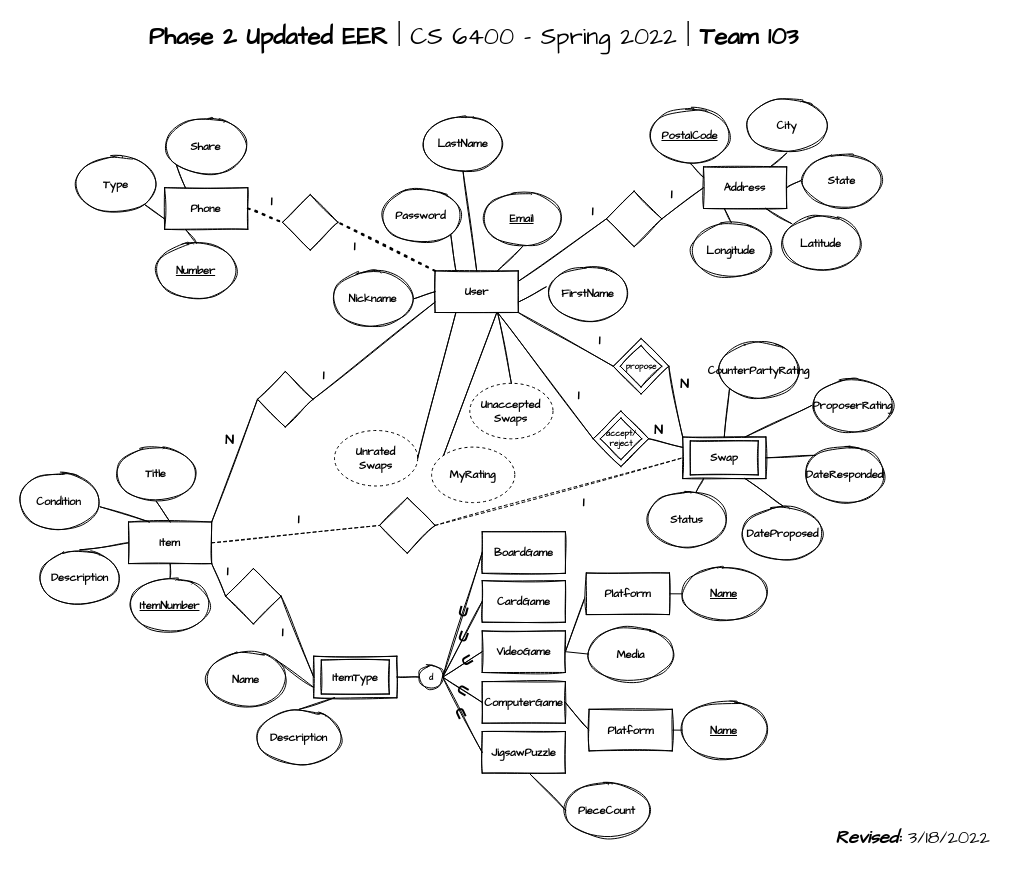
Earlier version of the draw.io diagram Drafts/Keith/team103_p2_updatedEER.drawio (keithdowd/cs6400-2022-01-Team103). Source tidied: cells renumbered, new cells numbered last; positions are measured from the earlier drawing's top-left corner, leaving out a move shared by most shapes. Both pictures are drawn from the tidied source at 100%, with x=0, y=0 at pixel (17, 17).
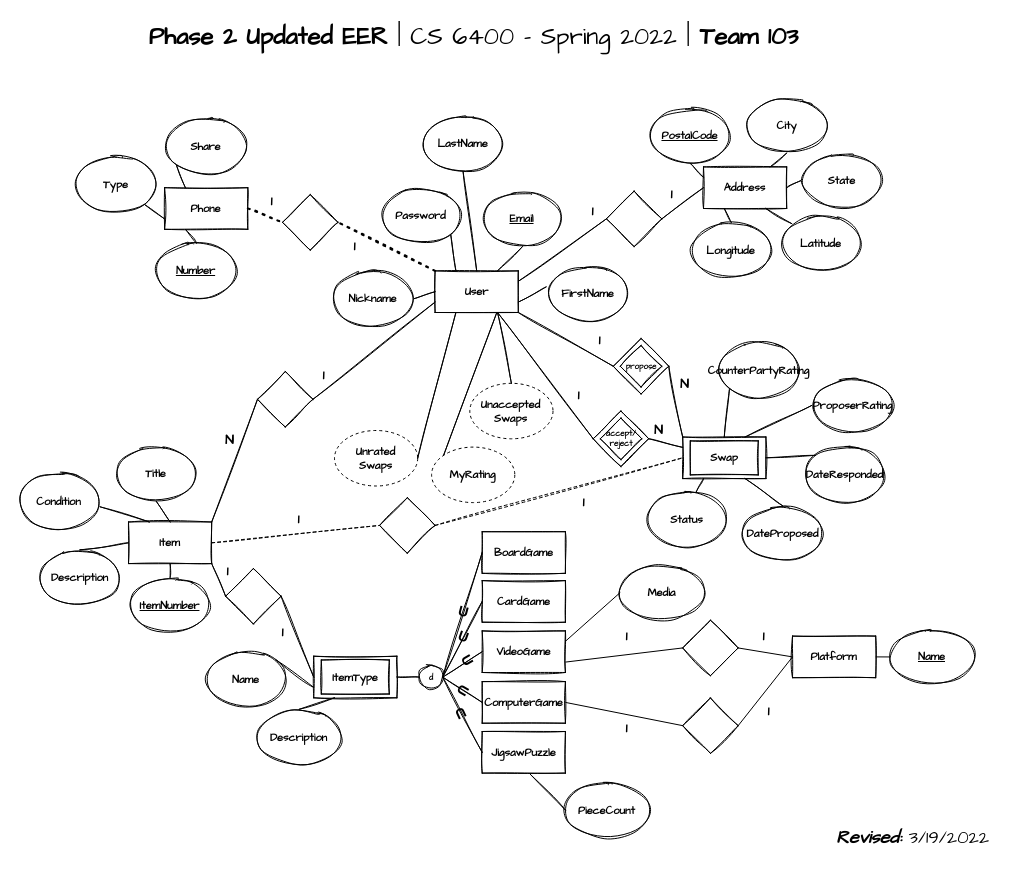
After the change.

Commit message (it also covers changes not shown here):
Updated Platform entity and relationships

Unchanged cells that the change refers to:
```xml
<mxCell id="110" value="VideoGame" style="rounded=0;whiteSpace=wrap;html=1;fontFamily=Architects Daughter;fontSize=11;sketch=1;fontStyle=1;" parent="1" vertex="1">
  <mxGeometry x="464.7" y="613.4" width="83.2" height="41.6" as="geometry" />
</mxCell>
<mxCell id="111" value="ComputerGame" style="rounded=0;whiteSpace=wrap;html=1;fontFamily=Architects Daughter;fontSize=11;sketch=1;fontStyle=1;" parent="1" vertex="1">
  <mxGeometry x="464.7" y="664.1" width="83.2" height="41.6" as="geometry" />
</mxCell>
```

What changed in the source:
```diff
@@
-    <mxCell id="3" value="&lt;b&gt;&lt;i&gt;Revised:&lt;/i&gt;&lt;/b&gt;&amp;nbsp;3/18/2022" style="text;html=1;strokeColor=none;fillColor=none;align=center;verticalAlign=middle;whiteSpace=wrap;rounded=0;sketch=1;fontFamily=Architects Daughter;fontSize=18;" parent="1" vertex="1">
+    <mxCell id="3" value="&lt;b&gt;&lt;i&gt;Revised:&lt;/i&gt;&lt;/b&gt;&amp;nbsp;3/19/2022" style="text;html=1;strokeColor=none;fillColor=none;align=center;verticalAlign=middle;whiteSpace=wrap;rounded=0;sketch=1;fontFamily=Architects Daughter;fontSize=18;" parent="1" vertex="1">
       <mxGeometry x="810" y="805" width="171" height="30" as="geometry" />
     </mxCell>
@@
     <mxCell id="118" value="Media" style="ellipse;whiteSpace=wrap;html=1;rounded=0;sketch=1;fontFamily=Architects Daughter;fontSize=11;fontStyle=1;" parent="1" vertex="1">
-      <mxGeometry x="571.6" y="608.9" width="83.2" height="55.5" as="geometry" />
+      <mxGeometry x="602.8" y="547.2" width="83.2" height="55.5" as="geometry" />
     </mxCell>
-    <mxCell id="119" style="endArrow=none;html=1;rounded=0;sketch=1;fontFamily=Architects Daughter;fontSize=11;exitX=1;exitY=0.5;exitDx=0;exitDy=0;entryX=0;entryY=0.5;entryDx=0;entryDy=0;fontStyle=1;" parent="1" edge="1" source="110" target="130">
-      <mxGeometry relative="1" as="geometry" />
-    </mxCell>
-    <mxCell id="120" style="endArrow=none;html=1;rounded=0;sketch=0;fontFamily=Architects Daughter;fontSize=11;exitX=1;exitY=0.5;exitDx=0;exitDy=0;entryX=0;entryY=0.5;entryDx=0;entryDy=0;fontStyle=1;" parent="1" edge="1" source="110" target="118">
+    <mxCell id="120" style="endArrow=none;html=1;rounded=0;sketch=0;fontFamily=Architects Daughter;fontSize=11;exitX=1;exitY=0.25;exitDx=0;exitDy=0;entryX=0;entryY=0.5;entryDx=0;entryDy=0;fontStyle=1;" parent="1" edge="1" source="110" target="118">
       <mxGeometry relative="1" as="geometry" />
     </mxCell>
-    <mxCell id="121" style="endArrow=none;html=1;rounded=0;sketch=1;fontFamily=Architects Daughter;fontSize=11;exitX=1;exitY=0.5;exitDx=0;exitDy=0;entryX=0;entryY=0.5;entryDx=0;entryDy=0;fontStyle=1;" parent="1" edge="1" source="111" target="129">
-      <mxGeometry relative="1" as="geometry" />
-    </mxCell>
@@
-    <mxCell id="129" value="Platform" style="rounded=0;whiteSpace=wrap;html=1;fontSize=11;fontFamily=Architects Daughter;sketch=1;fontStyle=1;" parent="1" vertex="1">
-      <mxGeometry x="571.6" y="691.8" width="83.2" height="41.6" as="geometry" />
-    </mxCell>
     <mxCell id="130" value="Platform" style="rounded=0;whiteSpace=wrap;html=1;fontSize=11;fontFamily=Architects Daughter;sketch=1;fontStyle=1;" parent="1" vertex="1">
-      <mxGeometry x="568.8" y="555.5" width="83.2" height="41.6" as="geometry" />
+      <mxGeometry x="775" y="618.6" width="83.2" height="41.6" as="geometry" />
     </mxCell>
-    <mxCell id="131" value="&lt;u&gt;Name&lt;/u&gt;" style="ellipse;whiteSpace=wrap;html=1;rounded=0;sketch=1;fontFamily=Architects Daughter;fontSize=11;fontStyle=1;" parent="1" vertex="1">
-      <mxGeometry x="665.2" y="684.9" width="83.2" height="55.5" as="geometry" />
-    </mxCell>
-    <mxCell id="132" style="endArrow=none;html=1;rounded=0;exitX=1;exitY=0.5;exitDx=0;exitDy=0;entryX=0;entryY=0.5;entryDx=0;entryDy=0;" parent="1" edge="1" source="129" target="131">
-      <mxGeometry relative="1" as="geometry" />
-    </mxCell>
     <mxCell id="133" value="&lt;u&gt;Name&lt;/u&gt;" style="ellipse;whiteSpace=wrap;html=1;rounded=0;sketch=1;fontFamily=Architects Daughter;fontSize=11;fontStyle=1;" parent="1" vertex="1">
-      <mxGeometry x="665.2" y="548.6" width="83.2" height="55.5" as="geometry" />
+      <mxGeometry x="873" y="611.7" width="83.2" height="55.5" as="geometry" />
     </mxCell>
@@
+    <mxCell id="135" style="rhombus;whiteSpace=wrap;html=1;rounded=0;labelBackgroundColor=none;sketch=1;fontFamily=Architects Daughter;fontSize=11;fontStyle=1;" parent="1" vertex="1">
+      <mxGeometry x="665.2" y="602.7" width="55.5" height="55.5" as="geometry" />
+    </mxCell>
+    <mxCell id="136" style="endArrow=none;html=1;rounded=0;exitX=0;exitY=0.5;exitDx=0;exitDy=0;entryX=1;entryY=0.75;entryDx=0;entryDy=0;" parent="1" edge="1" source="135" target="110">
+      <mxGeometry relative="1" as="geometry" />
+    </mxCell>
+    <mxCell id="137" style="endArrow=none;html=1;rounded=0;exitX=1;exitY=0.5;exitDx=0;exitDy=0;entryX=0;entryY=0.5;entryDx=0;entryDy=0;" parent="1" edge="1" source="135" target="130">
+      <mxGeometry relative="1" as="geometry" />
+    </mxCell>
+    <mxCell id="138" value="1" style="text;html=1;strokeColor=none;fillColor=none;align=center;verticalAlign=middle;whiteSpace=wrap;rounded=0;fontFamily=Architects Daughter;fontSize=14;sketch=1;fontStyle=1;" parent="1" vertex="1">
+      <mxGeometry x="735.7" y="608.9" width="20.8" height="20.8" as="geometry" />
+    </mxCell>
+    <mxCell id="139" value="1" style="text;html=1;strokeColor=none;fillColor=none;align=center;verticalAlign=middle;whiteSpace=wrap;rounded=0;fontFamily=Architects Daughter;fontSize=14;sketch=1;fontStyle=1;" parent="1" vertex="1">
+      <mxGeometry x="599.3" y="608.9" width="20.8" height="20.8" as="geometry" />
+    </mxCell>
+    <mxCell id="140" style="rhombus;whiteSpace=wrap;html=1;rounded=0;labelBackgroundColor=none;sketch=1;fontFamily=Architects Daughter;fontSize=11;fontStyle=1;" parent="1" vertex="1">
+      <mxGeometry x="665.2" y="680.4" width="55.5" height="55.5" as="geometry" />
+    </mxCell>
+    <mxCell id="141" style="endArrow=none;html=1;rounded=0;exitX=0;exitY=0.5;exitDx=0;exitDy=0;entryX=1;entryY=0.5;entryDx=0;entryDy=0;" parent="1" edge="1" source="130" target="140">
+      <mxGeometry relative="1" as="geometry" />
+    </mxCell>
+    <mxCell id="142" value="1" style="text;html=1;strokeColor=none;fillColor=none;align=center;verticalAlign=middle;whiteSpace=wrap;rounded=0;fontFamily=Architects Daughter;fontSize=14;sketch=1;fontStyle=1;" parent="1" vertex="1">
+      <mxGeometry x="740.8" y="683.7" width="20.8" height="20.8" as="geometry" />
+    </mxCell>
+    <mxCell id="143" style="endArrow=none;html=1;rounded=0;exitX=0;exitY=0.5;exitDx=0;exitDy=0;entryX=1;entryY=0.5;entryDx=0;entryDy=0;" parent="1" edge="1" source="140" target="111">
+      <mxGeometry relative="1" as="geometry" />
+    </mxCell>
+    <mxCell id="144" value="1" style="text;html=1;strokeColor=none;fillColor=none;align=center;verticalAlign=middle;whiteSpace=wrap;rounded=0;fontFamily=Architects Daughter;fontSize=14;sketch=1;fontStyle=1;" parent="1" vertex="1">
+      <mxGeometry x="599.3" y="701" width="20.8" height="20.8" as="geometry" />
+    </mxCell>
```
